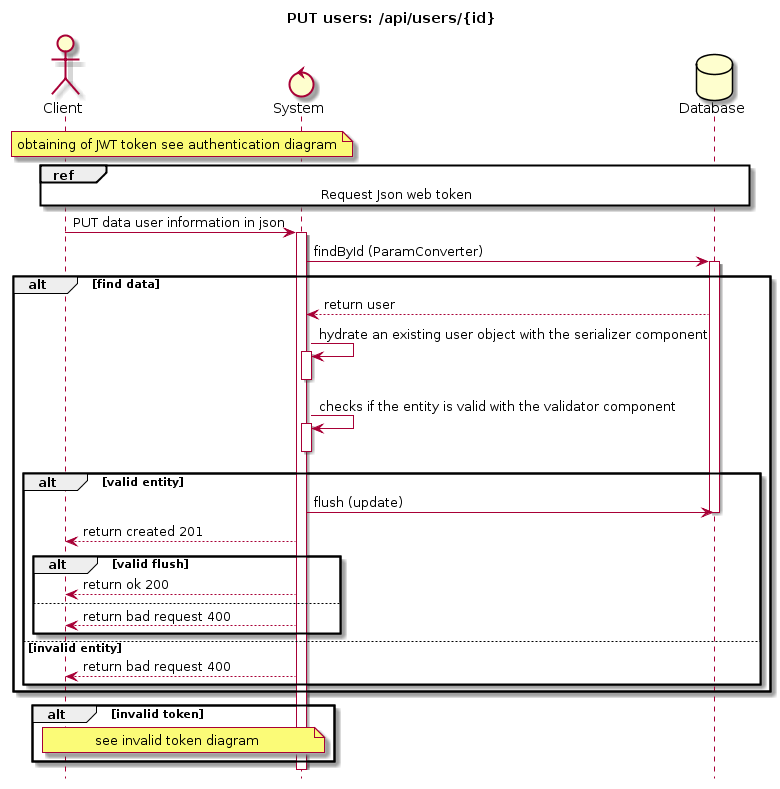
siggwer/Bilemo keeps this PlantUML diagram as docs/Uml/Diagram_sequences/Diagram_sequence_PUT_user.png. Above is the earlier version.
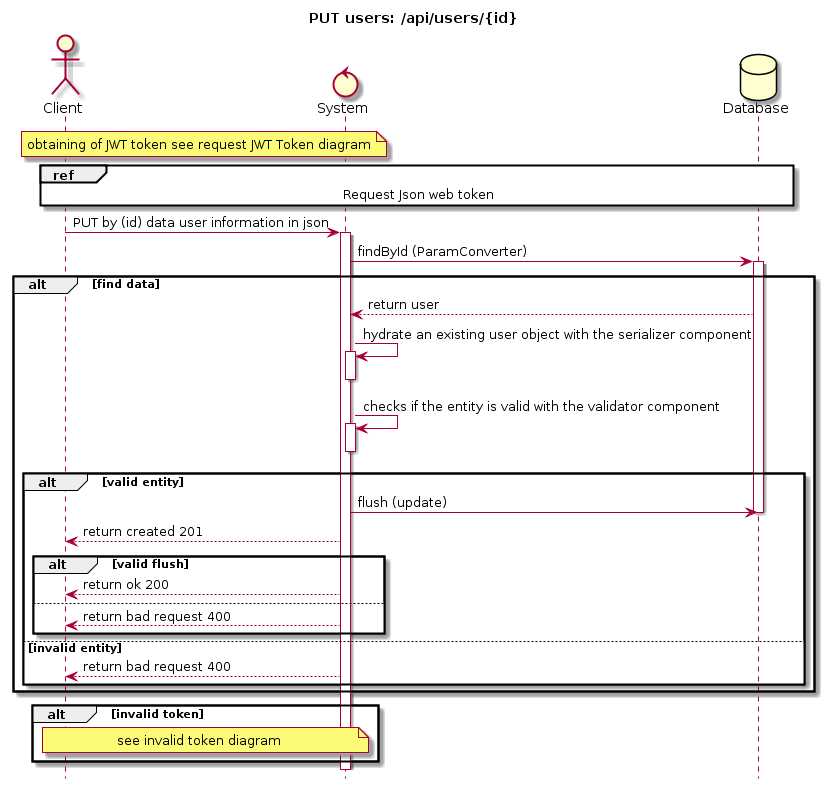
After the change.

Change to the diagram source:
```diff
@@ -6,14 +6,14 @@
 Database Database
 
 note over Client, System
- obtaining of JWT token see authentication diagram
+ obtaining of JWT token see request JWT Token diagram
 end note
 
 ref over Client, System, Database
     Request Json web token
 end ref
 
-Client -> System : PUT data user information in json
+Client -> System : PUT by (id) data user information in json
 activate System
 
 System -> Database : findById (ParamConverter)
```
